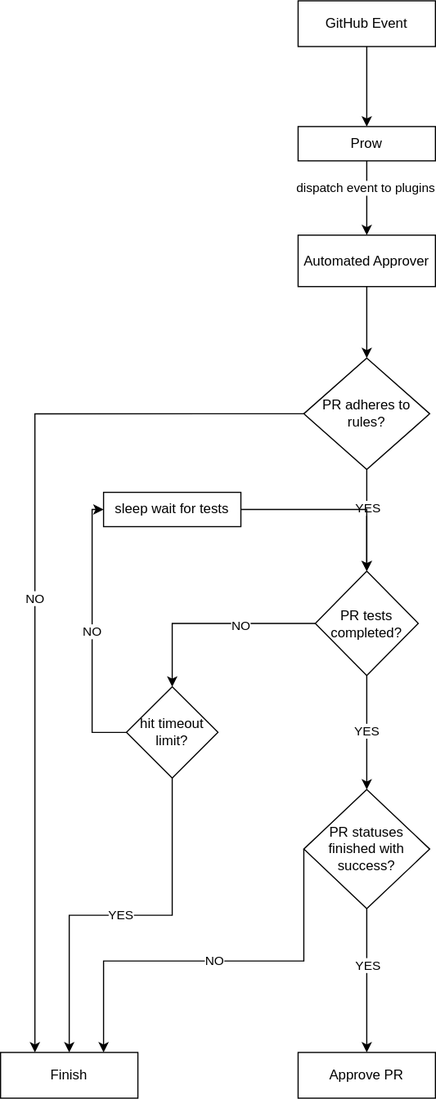
Above: cmd/external-plugins/automated-approver/assets/automated-approver.svg in kyma-project/test-infra (draw.io), before the change. Source tidied: cells renumbered, new cells last; positions are measured from the earlier drawing's top-left corner, leaving out a move shared by most shapes. The source it was exported from:
```xml
<mxGraphModel background="#FFFFFF">
  <root>
    <mxCell id="0" />
    <mxCell id="1" parent="0" />
    <mxCell id="2" style="edgeStyle=orthogonalEdgeStyle;rounded=0;jettySize=auto;html=1;" parent="1" edge="1" source="3" target="6">
      <mxGeometry relative="1" as="geometry" />
    </mxCell>
    <mxCell id="3" value="GitHub Event" style="rounded=0;whiteSpace=wrap;html=1;" parent="1" vertex="1">
      <mxGeometry x="260" width="120" height="40" as="geometry" />
    </mxCell>
    <mxCell id="4" style="edgeStyle=orthogonalEdgeStyle;rounded=0;jettySize=auto;html=1;" parent="1" edge="1" source="6" target="8">
      <mxGeometry relative="1" as="geometry" />
    </mxCell>
    <mxCell id="5" value="dispatch event to plugins" style="edgeLabel;html=1;align=center;verticalAlign=middle;" parent="4" vertex="1">
      <mxGeometry x="-0.29" y="-2" relative="1" as="geometry" />
    </mxCell>
    <mxCell id="6" value="Prow" style="whiteSpace=wrap;html=1;rounded=0;" parent="1" vertex="1">
      <mxGeometry x="260" y="110" width="120" height="30" as="geometry" />
    </mxCell>
    <mxCell id="7" style="edgeStyle=orthogonalEdgeStyle;rounded=0;jettySize=auto;html=1;" parent="1" edge="1" source="8" target="11">
      <mxGeometry relative="1" as="geometry" />
    </mxCell>
    <mxCell id="8" value="Automated Approver" style="whiteSpace=wrap;html=1;rounded=0;" parent="1" vertex="1">
      <mxGeometry x="260" y="205" width="120" height="45" as="geometry" />
    </mxCell>
    <mxCell id="9" style="edgeStyle=orthogonalEdgeStyle;rounded=0;jettySize=auto;html=1;" parent="1" edge="1" source="11" target="18">
      <mxGeometry relative="1" as="geometry" />
    </mxCell>
    <mxCell id="10" value="YES" style="edgeLabel;html=1;align=center;verticalAlign=middle;" parent="9" vertex="1">
      <mxGeometry x="-0.27" relative="1" as="geometry" />
    </mxCell>
    <mxCell id="11" value="PR adheres to rules?" style="rhombus;whiteSpace=wrap;html=1;rounded=0;" parent="1" vertex="1">
      <mxGeometry x="265" y="312.5" width="110" height="97.5" as="geometry" />
    </mxCell>
    <mxCell id="12" value="Finish" style="rounded=0;whiteSpace=wrap;html=1;" parent="1" vertex="1">
      <mxGeometry y="920" width="120" height="40" as="geometry" />
    </mxCell>
    <mxCell id="13" value="NO" style="endArrow=classic;html=1;rounded=0;entryX=0.25;entryY=0;entryDx=0;entryDy=0;exitX=0;exitY=0.5;exitDx=0;exitDy=0;edgeStyle=orthogonalEdgeStyle;" parent="1" edge="1" source="11" target="12">
      <mxGeometry relative="1" as="geometry" />
    </mxCell>
    <mxCell id="14" style="edgeStyle=orthogonalEdgeStyle;rounded=0;jettySize=auto;html=1;" parent="1" edge="1" source="18" target="19">
      <mxGeometry relative="1" as="geometry" />
    </mxCell>
    <mxCell id="15" value="NO" style="edgeLabel;html=1;align=center;verticalAlign=middle;" parent="14" vertex="1">
      <mxGeometry x="-0.27" y="2" relative="1" as="geometry" />
    </mxCell>
    <mxCell id="16" style="edgeStyle=orthogonalEdgeStyle;rounded=0;jettySize=auto;html=1;" parent="1" edge="1" source="18" target="26">
      <mxGeometry relative="1" as="geometry" />
    </mxCell>
    <mxCell id="17" value="YES" style="edgeLabel;html=1;align=center;verticalAlign=middle;" parent="16" vertex="1">
      <mxGeometry x="-0.04" y="-1" relative="1" as="geometry" />
    </mxCell>
    <mxCell id="18" value="PR tests completed?" style="rhombus;whiteSpace=wrap;html=1;rounded=0;" parent="1" vertex="1">
      <mxGeometry x="275" y="499" width="90" height="91.2" as="geometry" />
    </mxCell>
    <mxCell id="19" value="hit timeout limit?" style="rhombus;whiteSpace=wrap;html=1;rounded=0;" parent="1" vertex="1">
      <mxGeometry x="110" y="600" width="80" height="80" as="geometry" />
    </mxCell>
    <mxCell id="20" value="YES" style="endArrow=classic;html=1;rounded=0;exitX=0.5;exitY=1;exitDx=0;exitDy=0;entryX=0.5;entryY=0;entryDx=0;entryDy=0;edgeStyle=orthogonalEdgeStyle;" parent="1" edge="1" source="19" target="12">
      <mxGeometry relative="1" as="geometry" />
    </mxCell>
    <mxCell id="21" value="NO" style="endArrow=classic;html=1;rounded=0;exitX=0;exitY=0.5;exitDx=0;exitDy=0;entryX=0;entryY=0.5;entryDx=0;entryDy=0;edgeStyle=orthogonalEdgeStyle;" parent="1" edge="1" source="19" target="22">
      <mxGeometry relative="1" as="geometry" />
    </mxCell>
    <mxCell id="22" value="sleep wait for tests" style="rounded=0;whiteSpace=wrap;html=1;" parent="1" vertex="1">
      <mxGeometry x="90" y="430" width="120" height="30" as="geometry" />
    </mxCell>
    <mxCell id="23" style="endArrow=classic;html=1;rounded=0;entryX=0.5;entryY=0;entryDx=0;entryDy=0;exitX=1;exitY=0.5;exitDx=0;exitDy=0;edgeStyle=orthogonalEdgeStyle;" parent="1" edge="1" source="22" target="18">
      <mxGeometry relative="1" as="geometry" />
    </mxCell>
    <mxCell id="24" style="edgeStyle=orthogonalEdgeStyle;rounded=0;jettySize=auto;html=1;" parent="1" edge="1" source="26" target="28">
      <mxGeometry relative="1" as="geometry" />
    </mxCell>
    <mxCell id="25" value="YES" style="edgeLabel;html=1;align=center;verticalAlign=middle;" parent="24" vertex="1">
      <mxGeometry x="-0.22" relative="1" as="geometry" />
    </mxCell>
    <mxCell id="26" value="PR statuses finished with success?" style="rhombus;whiteSpace=wrap;html=1;rounded=0;" parent="1" vertex="1">
      <mxGeometry x="265" y="690" width="110" height="104.1" as="geometry" />
    </mxCell>
    <mxCell id="27" value="NO" style="endArrow=classic;html=1;rounded=0;exitX=0;exitY=0.5;exitDx=0;exitDy=0;entryX=0.75;entryY=0;entryDx=0;entryDy=0;edgeStyle=orthogonalEdgeStyle;" parent="1" edge="1" source="26" target="12">
      <mxGeometry relative="1" as="geometry">
        <Array as="points">
          <mxPoint x="265" y="840" />
          <mxPoint x="90" y="840" />
        </Array>
      </mxGeometry>
    </mxCell>
    <mxCell id="28" value="Approve PR" style="whiteSpace=wrap;html=1;rounded=0;" parent="1" vertex="1">
      <mxGeometry x="260" y="920" width="120" height="40" as="geometry" />
    </mxCell>
  </root>
</mxGraphModel>
```
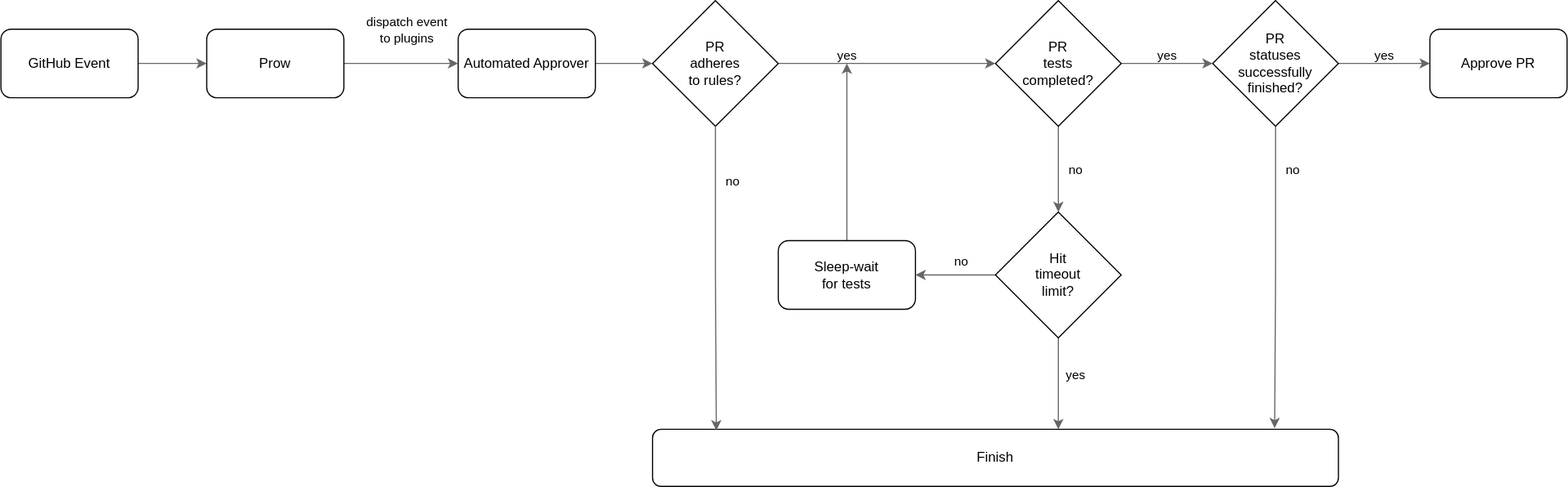
Above is the later version.

Diff of the diagram source:
```diff
@@ -1,92 +1,106 @@
-<mxGraphModel background="#FFFFFF">
+<mxGraphModel>
   <root>
-    <mxCell id="0" />
-    <mxCell id="1" parent="0" />
+    <mxCell id="29" />
+    <mxCell id="30" parent="29" />
-    <mxCell id="2" style="edgeStyle=orthogonalEdgeStyle;rounded=0;jettySize=auto;html=1;" parent="1" edge="1" source="3" target="6">
+    <mxCell id="2" style="edgeStyle=orthogonalEdgeStyle;rounded=1;jettySize=auto;html=1;strokeColor=#666666;" parent="30" edge="1" source="3" target="6">
       <mxGeometry relative="1" as="geometry" />
     </mxCell>
-    <mxCell id="3" value="GitHub Event" style="rounded=0;whiteSpace=wrap;html=1;" parent="1" vertex="1">
-      <mxGeometry x="260" width="120" height="40" as="geometry" />
+    <mxCell id="3" value="&lt;font color=&quot;#000000&quot;&gt;GitHub Event&lt;/font&gt;" style="rounded=1;whiteSpace=wrap;html=1;fontColor=#666666;" parent="30" vertex="1">
+      <mxGeometry x="-70" y="40" width="120" height="60" as="geometry" />
     </mxCell>
-    <mxCell id="4" style="edgeStyle=orthogonalEdgeStyle;rounded=0;jettySize=auto;html=1;" parent="1" edge="1" source="6" target="8">
-      <mxGeometry relative="1" as="geometry" />
-    </mxCell>
-    <mxCell id="5" value="dispatch event to plugins" style="edgeLabel;html=1;align=center;verticalAlign=middle;" parent="4" vertex="1">
-      <mxGeometry x="-0.29" y="-2" relative="1" as="geometry" />
-    </mxCell>
-    <mxCell id="6" value="Prow" style="whiteSpace=wrap;html=1;rounded=0;" parent="1" vertex="1">
-      <mxGeometry x="260" y="110" width="120" height="30" as="geometry" />
-    </mxCell>
-    <mxCell id="7" style="edgeStyle=orthogonalEdgeStyle;rounded=0;jettySize=auto;html=1;" parent="1" edge="1" source="8" target="11">
+    <mxCell id="7" style="edgeStyle=orthogonalEdgeStyle;rounded=1;jettySize=auto;html=1;strokeColor=#666666;" parent="30" edge="1" source="8" target="11">
       <mxGeometry relative="1" as="geometry" />
     </mxCell>
-    <mxCell id="8" value="Automated Approver" style="whiteSpace=wrap;html=1;rounded=0;" parent="1" vertex="1">
-      <mxGeometry x="260" y="205" width="120" height="45" as="geometry" />
+    <mxCell id="8" value="&lt;font color=&quot;#000000&quot;&gt;Automated Approver&lt;/font&gt;" style="rounded=1;whiteSpace=wrap;html=1;fontColor=#666666;" parent="30" vertex="1">
+      <mxGeometry x="330" y="40" width="120" height="60" as="geometry" />
     </mxCell>
+    <mxCell id="4" style="edgeStyle=orthogonalEdgeStyle;rounded=1;jettySize=auto;html=1;strokeColor=#666666;" parent="30" edge="1" source="6" target="8">
+      <mxGeometry relative="1" as="geometry" />
+    </mxCell>
+    <mxCell id="6" value="&lt;font color=&quot;#000000&quot;&gt;Prow&lt;/font&gt;" style="rounded=1;whiteSpace=wrap;html=1;fontColor=#666666;" parent="30" vertex="1">
+      <mxGeometry x="110" y="40" width="120" height="60" as="geometry" />
+    </mxCell>
-    <mxCell id="9" style="edgeStyle=orthogonalEdgeStyle;rounded=0;jettySize=auto;html=1;" parent="1" edge="1" source="11" target="18">
+    <mxCell id="9" style="edgeStyle=orthogonalEdgeStyle;rounded=1;jettySize=auto;html=1;strokeColor=#666666;" parent="30" edge="1" source="11" target="18">
       <mxGeometry relative="1" as="geometry" />
     </mxCell>
-    <mxCell id="10" value="YES" style="edgeLabel;html=1;align=center;verticalAlign=middle;" parent="9" vertex="1">
-      <mxGeometry x="-0.27" relative="1" as="geometry" />
-    </mxCell>
-    <mxCell id="11" value="PR adheres to rules?" style="rhombus;whiteSpace=wrap;html=1;rounded=0;" parent="1" vertex="1">
-      <mxGeometry x="265" y="312.5" width="110" height="97.5" as="geometry" />
+    <mxCell id="11" value="&lt;font color=&quot;#000000&quot;&gt;PR&lt;br&gt;adheres&lt;br&gt;to rules?&lt;/font&gt;" style="rhombus;whiteSpace=wrap;html=1;fontColor=#666666;" parent="30" vertex="1">
+      <mxGeometry x="500" y="15" width="110" height="110" as="geometry" />
     </mxCell>
+    <mxCell id="31" style="edgeStyle=orthogonalEdgeStyle;rounded=1;jettySize=auto;html=1;strokeColor=#666666;" parent="30" edge="1" source="18" target="34">
+      <mxGeometry relative="1" as="geometry" />
+    </mxCell>
+    <mxCell id="32" style="edgeStyle=orthogonalEdgeStyle;rounded=1;jettySize=auto;html=1;strokeColor=#666666;" parent="30" edge="1" source="18" target="39">
+      <mxGeometry relative="1" as="geometry" />
+    </mxCell>
+    <mxCell id="18" value="&lt;font color=&quot;#000000&quot;&gt;PR&lt;br&gt;tests &lt;br&gt;completed?&lt;/font&gt;" style="rhombus;whiteSpace=wrap;html=1;fontColor=#666666;" parent="30" vertex="1">
+      <mxGeometry x="800" y="15" width="110" height="110" as="geometry" />
+    </mxCell>
+    <mxCell id="33" style="edgeStyle=orthogonalEdgeStyle;rounded=1;jettySize=auto;html=1;strokeColor=#666666;" parent="30" edge="1" source="34" target="28">
+      <mxGeometry relative="1" as="geometry" />
+    </mxCell>
+    <mxCell id="34" value="&lt;font color=&quot;#000000&quot;&gt;PR&lt;br&gt;statuses&lt;br&gt;successfully&lt;br&gt;finished?&lt;/font&gt;" style="rhombus;whiteSpace=wrap;html=1;fontColor=#666666;" parent="30" vertex="1">
+      <mxGeometry x="990" y="15" width="110" height="110" as="geometry" />
+    </mxCell>
+    <mxCell id="28" value="&lt;font color=&quot;#000000&quot; style=&quot;font-size: 12px;&quot;&gt;Approve PR&lt;/font&gt;" style="rounded=1;whiteSpace=wrap;html=1;fontColor=#666666;" parent="30" vertex="1">
+      <mxGeometry x="1180" y="40" width="120" height="60" as="geometry" />
+    </mxCell>
+    <mxCell id="5" value="&lt;font style=&quot;font-size: 11px;&quot;&gt;dispatch event&lt;br&gt;to plugins&lt;br&gt;&lt;/font&gt;" style="text;html=1;align=center;verticalAlign=top;strokeColor=none;fillColor=none;" parent="30" vertex="1">
+      <mxGeometry x="240" y="20" width="90" height="40" as="geometry" />
+    </mxCell>
+    <mxCell id="35" style="edgeStyle=orthogonalEdgeStyle;rounded=1;jettySize=auto;html=1;strokeColor=#666666;" parent="30" edge="1" source="36">
+      <mxGeometry relative="1" as="geometry">
+        <mxPoint x="670" y="70" as="targetPoint" />
+      </mxGeometry>
+    </mxCell>
+    <mxCell id="36" value="&lt;font color=&quot;#000000&quot;&gt;Sleep-wait &lt;br&gt;for tests&lt;/font&gt;" style="rounded=1;whiteSpace=wrap;html=1;fontColor=#666666;" parent="30" vertex="1">
+      <mxGeometry x="610" y="225" width="120" height="60" as="geometry" />
+    </mxCell>
+    <mxCell id="37" style="edgeStyle=orthogonalEdgeStyle;rounded=1;jettySize=auto;html=1;strokeColor=#666666;" parent="30" edge="1" source="39" target="36">
+      <mxGeometry relative="1" as="geometry" />
+    </mxCell>
+    <mxCell id="38" style="edgeStyle=orthogonalEdgeStyle;rounded=1;jettySize=auto;html=1;strokeColor=#666666;" parent="30" edge="1" source="39" target="12">
+      <mxGeometry relative="1" as="geometry">
+        <Array as="points">
+          <mxPoint x="855" y="370" />
+          <mxPoint x="855" y="370" />
+        </Array>
+      </mxGeometry>
+    </mxCell>
+    <mxCell id="39" value="&lt;font color=&quot;#000000&quot;&gt;Hit &lt;br&gt;timeout &lt;br&gt;limit?&lt;/font&gt;" style="rhombus;whiteSpace=wrap;html=1;fontColor=#666666;" parent="30" vertex="1">
+      <mxGeometry x="800" y="200" width="110" height="110" as="geometry" />
+    </mxCell>
-    <mxCell id="12" value="Finish" style="rounded=0;whiteSpace=wrap;html=1;" parent="1" vertex="1">
-      <mxGeometry y="920" width="120" height="40" as="geometry" />
+    <mxCell id="12" value="&lt;font color=&quot;#000000&quot;&gt;Finish&lt;/font&gt;" style="rounded=1;whiteSpace=wrap;html=1;fontColor=#666666;" parent="30" vertex="1">
+      <mxGeometry x="500" y="390" width="600" height="50" as="geometry" />
     </mxCell>
+    <mxCell id="40" style="edgeStyle=orthogonalEdgeStyle;rounded=1;jettySize=auto;html=1;entryX=0.907;entryY=-0.02;entryDx=0;entryDy=0;entryPerimeter=0;strokeColor=#666666;" parent="30" edge="1" source="34" target="12">
+      <mxGeometry relative="1" as="geometry" />
+    </mxCell>
+    <mxCell id="41" value="&lt;font style=&quot;font-size: 11px;&quot;&gt;yes&lt;/font&gt;" style="text;html=1;align=center;verticalAlign=middle;strokeColor=none;fillColor=none;" parent="30" vertex="1">
+      <mxGeometry x="650" y="48" width="40" height="30" as="geometry" />
+    </mxCell>
+    <mxCell id="42" value="&lt;font style=&quot;font-size: 11px;&quot;&gt;yes&lt;/font&gt;" style="text;html=1;align=center;verticalAlign=middle;strokeColor=none;fillColor=none;" parent="30" vertex="1">
+      <mxGeometry x="930" y="48" width="40" height="30" as="geometry" />
+    </mxCell>
+    <mxCell id="43" value="&lt;font style=&quot;font-size: 11px;&quot;&gt;yes&lt;/font&gt;" style="text;html=1;align=center;verticalAlign=middle;strokeColor=none;fillColor=none;" parent="30" vertex="1">
+      <mxGeometry x="1120" y="48" width="40" height="30" as="geometry" />
+    </mxCell>
+    <mxCell id="44" value="&lt;font style=&quot;font-size: 11px;&quot;&gt;no&lt;/font&gt;" style="text;html=1;align=center;verticalAlign=middle;strokeColor=none;fillColor=none;" parent="30" vertex="1">
+      <mxGeometry x="750" y="228" width="40" height="30" as="geometry" />
+    </mxCell>
+    <mxCell id="45" value="&lt;font style=&quot;font-size: 11px;&quot;&gt;no&lt;/font&gt;" style="text;html=1;align=center;verticalAlign=middle;strokeColor=none;fillColor=none;" parent="30" vertex="1">
+      <mxGeometry x="850" y="148" width="40" height="30" as="geometry" />
+    </mxCell>
+    <mxCell id="46" value="&lt;font style=&quot;font-size: 11px;&quot;&gt;no&lt;/font&gt;" style="text;html=1;align=center;verticalAlign=middle;strokeColor=none;fillColor=none;" parent="30" vertex="1">
+      <mxGeometry x="1040" y="148" width="40" height="30" as="geometry" />
+    </mxCell>
+    <mxCell id="47" value="&lt;font style=&quot;font-size: 11px;&quot;&gt;yes&lt;/font&gt;" style="text;html=1;align=center;verticalAlign=middle;strokeColor=none;fillColor=none;" parent="30" vertex="1">
+      <mxGeometry x="850" y="328" width="40" height="30" as="geometry" />
+    </mxCell>
-    <mxCell id="13" value="NO" style="endArrow=classic;html=1;rounded=0;entryX=0.25;entryY=0;entryDx=0;entryDy=0;exitX=0;exitY=0.5;exitDx=0;exitDy=0;edgeStyle=orthogonalEdgeStyle;" parent="1" edge="1" source="11" target="12">
+    <mxCell id="13" style="edgeStyle=orthogonalEdgeStyle;rounded=1;jettySize=auto;html=1;entryX=0.093;entryY=0.02;entryDx=0;entryDy=0;entryPerimeter=0;strokeColor=#666666;" parent="30" edge="1" source="11" target="12">
       <mxGeometry relative="1" as="geometry" />
     </mxCell>
-    <mxCell id="14" style="edgeStyle=orthogonalEdgeStyle;rounded=0;jettySize=auto;html=1;" parent="1" edge="1" source="18" target="19">
-      <mxGeometry relative="1" as="geometry" />
-    </mxCell>
-    <mxCell id="15" value="NO" style="edgeLabel;html=1;align=center;verticalAlign=middle;" parent="14" vertex="1">
-      <mxGeometry x="-0.27" y="2" relative="1" as="geometry" />
-    </mxCell>
-    <mxCell id="16" style="edgeStyle=orthogonalEdgeStyle;rounded=0;jettySize=auto;html=1;" parent="1" edge="1" source="18" target="26">
-      <mxGeometry relative="1" as="geometry" />
-    </mxCell>
-    <mxCell id="17" value="YES" style="edgeLabel;html=1;align=center;verticalAlign=middle;" parent="16" vertex="1">
-      <mxGeometry x="-0.04" y="-1" relative="1" as="geometry" />
-    </mxCell>
-    <mxCell id="18" value="PR tests completed?" style="rhombus;whiteSpace=wrap;html=1;rounded=0;" parent="1" vertex="1">
-      <mxGeometry x="275" y="499" width="90" height="91.2" as="geometry" />
-    </mxCell>
-    <mxCell id="19" value="hit timeout limit?" style="rhombus;whiteSpace=wrap;html=1;rounded=0;" parent="1" vertex="1">
-      <mxGeometry x="110" y="600" width="80" height="80" as="geometry" />
-    </mxCell>
-    <mxCell id="20" value="YES" style="endArrow=classic;html=1;rounded=0;exitX=0.5;exitY=1;exitDx=0;exitDy=0;entryX=0.5;entryY=0;entryDx=0;entryDy=0;edgeStyle=orthogonalEdgeStyle;" parent="1" edge="1" source="19" target="12">
-      <mxGeometry relative="1" as="geometry" />
-    </mxCell>
-    <mxCell id="21" value="NO" style="endArrow=classic;html=1;rounded=0;exitX=0;exitY=0.5;exitDx=0;exitDy=0;entryX=0;entryY=0.5;entryDx=0;entryDy=0;edgeStyle=orthogonalEdgeStyle;" parent="1" edge="1" source="19" target="22">
-      <mxGeometry relative="1" as="geometry" />
-    </mxCell>
-    <mxCell id="22" value="sleep wait for tests" style="rounded=0;whiteSpace=wrap;html=1;" parent="1" vertex="1">
-      <mxGeometry x="90" y="430" width="120" height="30" as="geometry" />
-    </mxCell>
-    <mxCell id="23" style="endArrow=classic;html=1;rounded=0;entryX=0.5;entryY=0;entryDx=0;entryDy=0;exitX=1;exitY=0.5;exitDx=0;exitDy=0;edgeStyle=orthogonalEdgeStyle;" parent="1" edge="1" source="22" target="18">
-      <mxGeometry relative="1" as="geometry" />
-    </mxCell>
-    <mxCell id="24" style="edgeStyle=orthogonalEdgeStyle;rounded=0;jettySize=auto;html=1;" parent="1" edge="1" source="26" target="28">
-      <mxGeometry relative="1" as="geometry" />
-    </mxCell>
-    <mxCell id="25" value="YES" style="edgeLabel;html=1;align=center;verticalAlign=middle;" parent="24" vertex="1">
-      <mxGeometry x="-0.22" relative="1" as="geometry" />
-    </mxCell>
-    <mxCell id="26" value="PR statuses finished with success?" style="rhombus;whiteSpace=wrap;html=1;rounded=0;" parent="1" vertex="1">
-      <mxGeometry x="265" y="690" width="110" height="104.1" as="geometry" />
-    </mxCell>
-    <mxCell id="27" value="NO" style="endArrow=classic;html=1;rounded=0;exitX=0;exitY=0.5;exitDx=0;exitDy=0;entryX=0.75;entryY=0;entryDx=0;entryDy=0;edgeStyle=orthogonalEdgeStyle;" parent="1" edge="1" source="26" target="12">
-      <mxGeometry relative="1" as="geometry">
-        <Array as="points">
-          <mxPoint x="265" y="840" />
-          <mxPoint x="90" y="840" />
-        </Array>
-      </mxGeometry>
-    </mxCell>
-    <mxCell id="28" value="Approve PR" style="whiteSpace=wrap;html=1;rounded=0;" parent="1" vertex="1">
-      <mxGeometry x="260" y="920" width="120" height="40" as="geometry" />
-    </mxCell>
+    <mxCell id="48" value="&lt;font style=&quot;font-size: 11px;&quot;&gt;no&lt;/font&gt;" style="text;html=1;align=center;verticalAlign=middle;strokeColor=none;fillColor=none;" parent="30" vertex="1">
+      <mxGeometry x="550" y="158" width="40" height="30" as="geometry" />
+    </mxCell>
   </root>
 </mxGraphModel>
```
